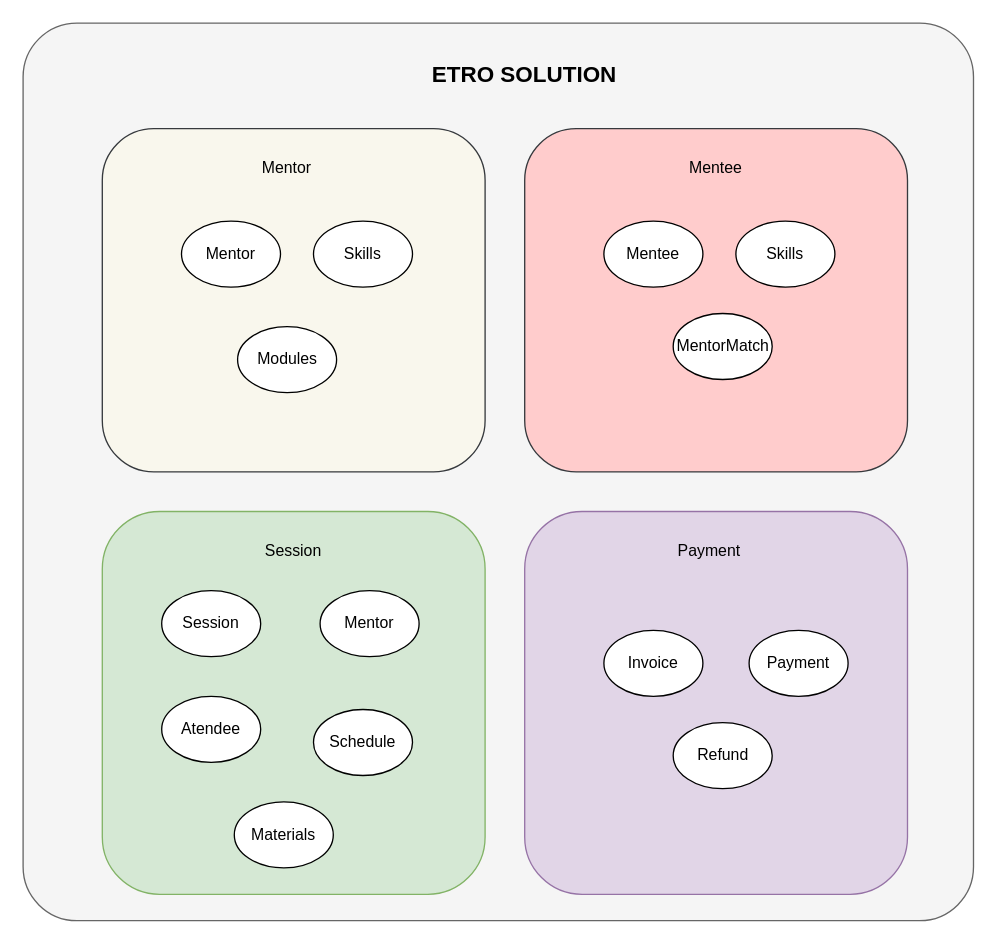
Earlier version of the draw.io diagram page "Domain Model" (1 of 6) of cloudskwela2021/drawings.drawio (marilag/talks). Source tidied: cells renumbered, new cells numbered last; positions are measured from the earlier drawing's top-left corner, leaving out a move shared by most shapes. Both pictures are drawn from the tidied source at 132%, with x=0, y=0 at pixel (22, 22).
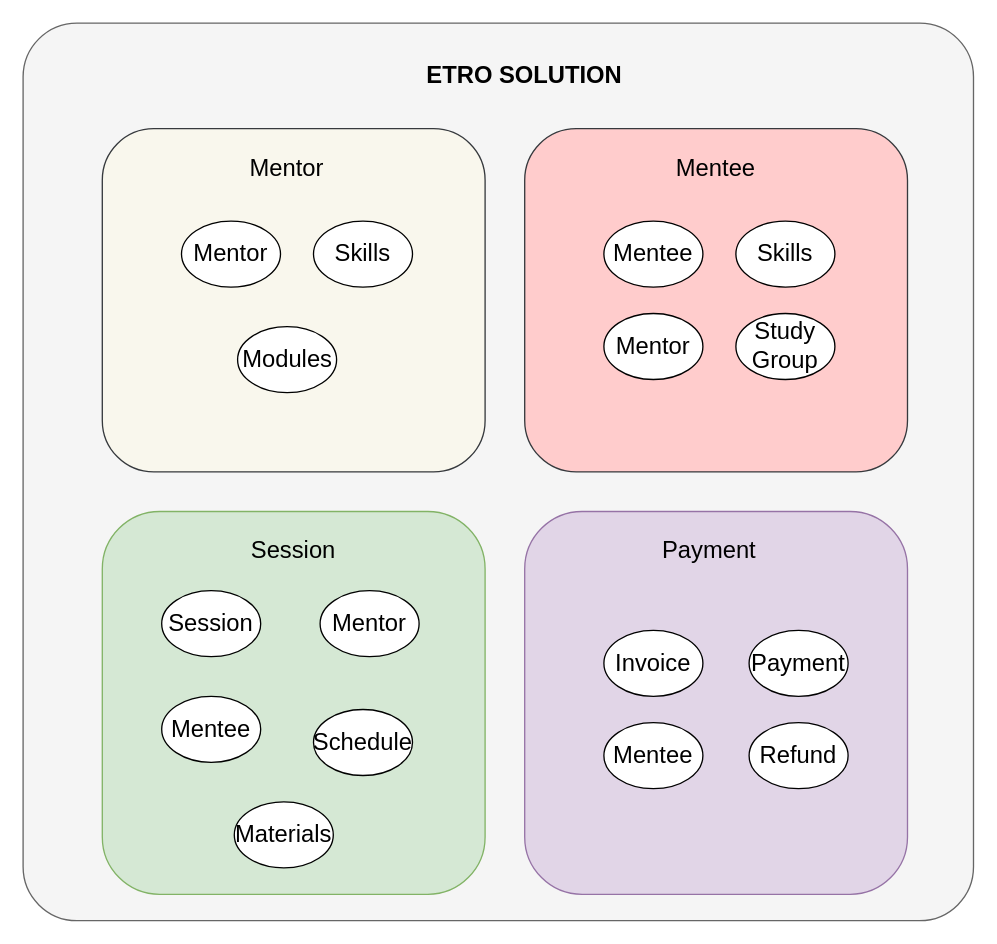
The same diagram, later.

Change to the diagram source:
```diff
@@
-    <mxCell id="2" style="rounded=1;whiteSpace=wrap;html=1;labelBackgroundColor=none;fontSize=17;fillColor=#f5f5f5;verticalAlign=middle;arcSize=6;strokeColor=#666666;fontColor=#333333;" parent="1" vertex="1">
+    <mxCell id="2" style="rounded=1;whiteSpace=wrap;html=1;labelBackgroundColor=none;fontSize=18;fillColor=#f5f5f5;verticalAlign=middle;arcSize=6;strokeColor=#666666;fontColor=#333333;" parent="1" vertex="1">
       <mxGeometry width="720" height="680" as="geometry" />
     </mxCell>
-    <mxCell id="3" style="rounded=1;whiteSpace=wrap;html=1;fillColor=#d5e8d4;strokeColor=#82b366;" parent="1" vertex="1">
+    <mxCell id="3" style="rounded=1;whiteSpace=wrap;html=1;fillColor=#d5e8d4;strokeColor=#82b366;fontSize=18;" parent="1" vertex="1">
       <mxGeometry x="60" y="370" width="290" height="290" as="geometry" />
     </mxCell>
-    <mxCell id="4" style="rounded=1;whiteSpace=wrap;html=1;fillColor=#ffcccc;strokeColor=#36393d;" parent="1" vertex="1">
+    <mxCell id="4" style="rounded=1;whiteSpace=wrap;html=1;fillColor=#ffcccc;strokeColor=#36393d;fontSize=18;" parent="1" vertex="1">
       <mxGeometry x="380" y="80" width="290" height="260" as="geometry" />
     </mxCell>
-    <mxCell id="5" style="rounded=1;whiteSpace=wrap;html=1;fillColor=#f9f7ed;strokeColor=#36393d;" parent="1" vertex="1">
+    <mxCell id="5" style="rounded=1;whiteSpace=wrap;html=1;fillColor=#f9f7ed;strokeColor=#36393d;fontSize=18;" parent="1" vertex="1">
       <mxGeometry x="60" y="80" width="290" height="260" as="geometry" />
     </mxCell>
-    <mxCell id="6" value="Mentor" style="ellipse;whiteSpace=wrap;html=1;" parent="1" vertex="1">
+    <mxCell id="6" value="Mentor" style="ellipse;whiteSpace=wrap;html=1;fontSize=18;" parent="1" vertex="1">
       <mxGeometry x="120" y="150" width="75" height="50" as="geometry" />
     </mxCell>
-    <mxCell id="7" value="Mentee" style="ellipse;whiteSpace=wrap;html=1;" parent="1" vertex="1">
+    <mxCell id="7" value="Mentee" style="ellipse;whiteSpace=wrap;html=1;fontSize=18;" parent="1" vertex="1">
       <mxGeometry x="440" y="150" width="75" height="50" as="geometry" />
     </mxCell>
-    <mxCell id="8" value="Mentor" style="text;html=1;strokeColor=none;fillColor=none;align=center;verticalAlign=middle;whiteSpace=wrap;rounded=0;" parent="1" vertex="1">
+    <mxCell id="8" value="Mentor" style="text;html=1;strokeColor=none;fillColor=none;align=center;verticalAlign=middle;whiteSpace=wrap;rounded=0;fontSize=18;" parent="1" vertex="1">
       <mxGeometry x="180" y="100" width="40" height="20" as="geometry" />
     </mxCell>
-    <mxCell id="9" value="Mentee" style="text;html=1;strokeColor=none;fillColor=none;align=center;verticalAlign=middle;whiteSpace=wrap;rounded=0;" parent="1" vertex="1">
+    <mxCell id="9" value="Mentee" style="text;html=1;strokeColor=none;fillColor=none;align=center;verticalAlign=middle;whiteSpace=wrap;rounded=0;fontSize=18;" parent="1" vertex="1">
       <mxGeometry x="505" y="100" width="40" height="20" as="geometry" />
     </mxCell>
-    <mxCell id="10" value="Session" style="text;html=1;strokeColor=none;fillColor=none;align=center;verticalAlign=middle;whiteSpace=wrap;rounded=0;" parent="1" vertex="1">
+    <mxCell id="10" value="Session" style="text;html=1;strokeColor=none;fillColor=none;align=center;verticalAlign=middle;whiteSpace=wrap;rounded=0;fontSize=18;" parent="1" vertex="1">
       <mxGeometry x="185" y="390" width="40" height="20" as="geometry" />
     </mxCell>
-    <mxCell id="11" value="Skills" style="ellipse;whiteSpace=wrap;html=1;" parent="1" vertex="1">
+    <mxCell id="11" value="Skills" style="ellipse;whiteSpace=wrap;html=1;fontSize=18;" parent="1" vertex="1">
       <mxGeometry x="220" y="150" width="75" height="50" as="geometry" />
     </mxCell>
-    <mxCell id="12" value="Skills" style="ellipse;whiteSpace=wrap;html=1;" parent="1" vertex="1">
+    <mxCell id="12" value="Skills" style="ellipse;whiteSpace=wrap;html=1;fontSize=18;" parent="1" vertex="1">
       <mxGeometry x="540" y="150" width="75" height="50" as="geometry" />
     </mxCell>
-    <mxCell id="13" value="MentorMatch" style="ellipse;whiteSpace=wrap;html=1;" parent="1" vertex="1">
-      <mxGeometry x="492.5" y="220" width="75" height="50" as="geometry" />
+    <mxCell id="13" value="Mentor" style="ellipse;whiteSpace=wrap;html=1;fontSize=18;" parent="1" vertex="1">
+      <mxGeometry x="440" y="220" width="75" height="50" as="geometry" />
     </mxCell>
-    <mxCell id="14" value="Modules" style="ellipse;whiteSpace=wrap;html=1;" parent="1" vertex="1">
+    <mxCell id="14" value="Modules" style="ellipse;whiteSpace=wrap;html=1;fontSize=18;" parent="1" vertex="1">
       <mxGeometry x="162.5" y="230" width="75" height="50" as="geometry" />
     </mxCell>
-    <mxCell id="15" value="Session" style="ellipse;whiteSpace=wrap;html=1;" parent="1" vertex="1">
+    <mxCell id="15" value="Session" style="ellipse;whiteSpace=wrap;html=1;fontSize=18;" parent="1" vertex="1">
       <mxGeometry x="105" y="430" width="75" height="50" as="geometry" />
     </mxCell>
-    <mxCell id="16" value="Mentor" style="ellipse;whiteSpace=wrap;html=1;" parent="1" vertex="1">
+    <mxCell id="16" value="Mentor" style="ellipse;whiteSpace=wrap;html=1;fontSize=18;" parent="1" vertex="1">
       <mxGeometry x="225" y="430" width="75" height="50" as="geometry" />
     </mxCell>
-    <mxCell id="17" value="Atendee" style="ellipse;whiteSpace=wrap;html=1;" parent="1" vertex="1">
+    <mxCell id="17" value="Mentee" style="ellipse;whiteSpace=wrap;html=1;fontSize=18;" parent="1" vertex="1">
       <mxGeometry x="105" y="510" width="75" height="50" as="geometry" />
     </mxCell>
-    <mxCell id="18" value="Schedule" style="ellipse;whiteSpace=wrap;html=1;" parent="1" vertex="1">
+    <mxCell id="18" value="Schedule" style="ellipse;whiteSpace=wrap;html=1;fontSize=18;" parent="1" vertex="1">
       <mxGeometry x="220" y="520" width="75" height="50" as="geometry" />
     </mxCell>
-    <mxCell id="19" value="Materials" style="ellipse;whiteSpace=wrap;html=1;" parent="1" vertex="1">
+    <mxCell id="19" value="Materials" style="ellipse;whiteSpace=wrap;html=1;fontSize=18;" parent="1" vertex="1">
       <mxGeometry x="160" y="590" width="75" height="50" as="geometry" />
     </mxCell>
-    <mxCell id="20" style="rounded=1;whiteSpace=wrap;html=1;fillColor=#e1d5e7;strokeColor=#9673a6;" parent="1" vertex="1">
+    <mxCell id="20" style="rounded=1;whiteSpace=wrap;html=1;fillColor=#e1d5e7;strokeColor=#9673a6;fontSize=18;" parent="1" vertex="1">
       <mxGeometry x="380" y="370" width="290" height="290" as="geometry" />
     </mxCell>
-    <mxCell id="21" value="Payment" style="text;html=1;strokeColor=none;fillColor=none;align=center;verticalAlign=middle;whiteSpace=wrap;rounded=0;" parent="1" vertex="1">
+    <mxCell id="21" value="Payment" style="text;html=1;strokeColor=none;fillColor=none;align=center;verticalAlign=middle;whiteSpace=wrap;rounded=0;fontSize=18;" parent="1" vertex="1">
       <mxGeometry x="500" y="390" width="40" height="20" as="geometry" />
     </mxCell>
-    <mxCell id="22" value="Invoice" style="ellipse;whiteSpace=wrap;html=1;" parent="1" vertex="1">
+    <mxCell id="22" value="Invoice" style="ellipse;whiteSpace=wrap;html=1;fontSize=18;" parent="1" vertex="1">
       <mxGeometry x="440" y="460" width="75" height="50" as="geometry" />
     </mxCell>
-    <mxCell id="23" value="Payment" style="ellipse;whiteSpace=wrap;html=1;" parent="1" vertex="1">
+    <mxCell id="23" value="Payment" style="ellipse;whiteSpace=wrap;html=1;fontSize=18;" parent="1" vertex="1">
       <mxGeometry x="550" y="460" width="75" height="50" as="geometry" />
     </mxCell>
-    <mxCell id="24" value="Refund" style="ellipse;whiteSpace=wrap;html=1;" parent="1" vertex="1">
-      <mxGeometry x="492.5" y="530" width="75" height="50" as="geometry" />
+    <mxCell id="24" value="Refund" style="ellipse;whiteSpace=wrap;html=1;fontSize=18;" parent="1" vertex="1">
+      <mxGeometry x="550" y="530" width="75" height="50" as="geometry" />
     </mxCell>
-    <mxCell id="25" value="ETRO SOLUTION" style="text;html=1;strokeColor=none;fillColor=none;align=center;verticalAlign=middle;whiteSpace=wrap;rounded=0;labelBackgroundColor=none;fontSize=17;fontStyle=1;" parent="1" vertex="1">
+    <mxCell id="25" value="ETRO SOLUTION" style="text;html=1;strokeColor=none;fillColor=none;align=center;verticalAlign=middle;whiteSpace=wrap;rounded=0;labelBackgroundColor=none;fontSize=18;fontStyle=1;" parent="1" vertex="1">
       <mxGeometry x="270" y="30" width="220" height="20" as="geometry" />
     </mxCell>
+    <mxCell id="26" value="Mentee" style="ellipse;whiteSpace=wrap;html=1;fontSize=18;" parent="1" vertex="1">
+      <mxGeometry x="440" y="530" width="75" height="50" as="geometry" />
+    </mxCell>
+    <mxCell id="27" value="Study Group" style="ellipse;whiteSpace=wrap;html=1;fontSize=18;" parent="1" vertex="1">
+      <mxGeometry x="540" y="220" width="75" height="50" as="geometry" />
+    </mxCell>
```
